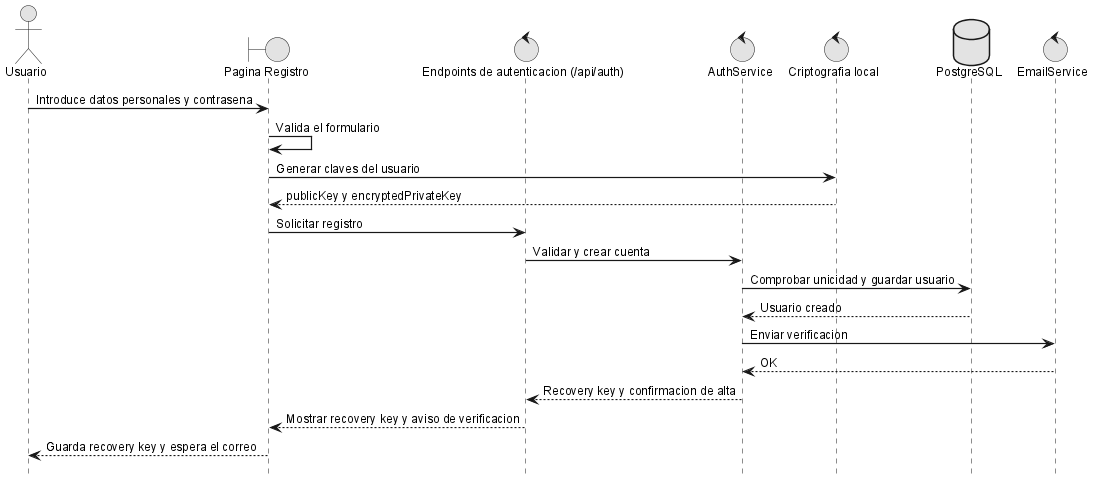
Earlier version of the PlantUML export anexos/diagramas/seq-register.png (ErDeivih/DocumentChain). Source of this version:
```plantuml
@startuml
!include _sequence-style.puml
actor Usuario as user
boundary "Pagina Registro" as ui
control "Endpoints de autenticacion (/api/auth)" as api
control "AuthService" as srv
control "Criptografia local" as crypto
database "PostgreSQL" as db
control "EmailService" as email

user -> ui: Introduce datos personales y contrasena
ui -> ui: Valida el formulario
ui -> crypto: Generar claves del usuario
crypto --> ui: publicKey y encryptedPrivateKey
ui -> api: Solicitar registro
api -> srv: Validar y crear cuenta
srv -> db: Comprobar unicidad y guardar usuario
db --> srv: Usuario creado
srv -> email: Enviar verificacion
email --> srv: OK
srv --> api: Recovery key y confirmacion de alta
api --> ui: Mostrar recovery key y aviso de verificacion
ui --> user: Guarda recovery key y espera el correo

@enduml
```
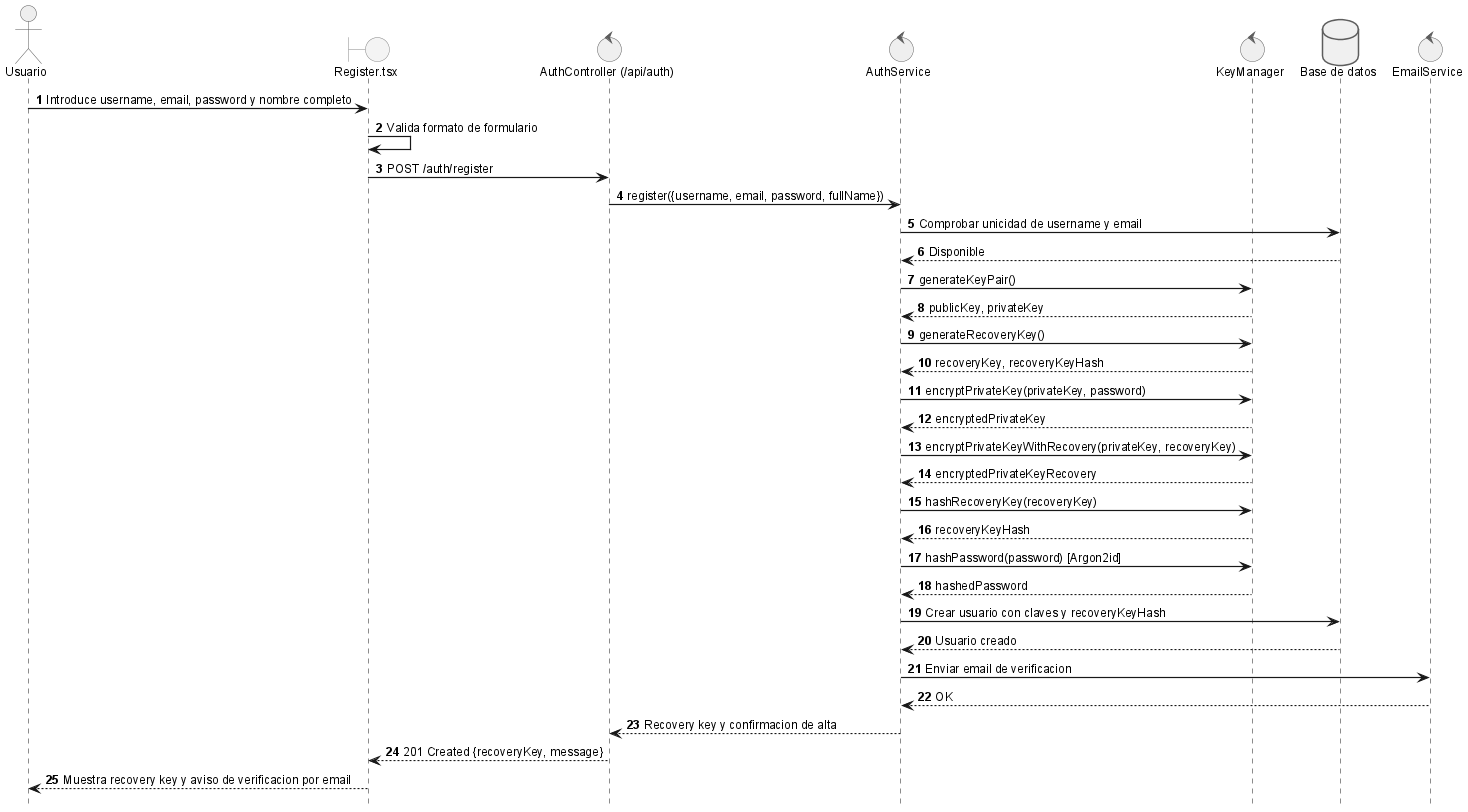
After the commit.

The edit, as a diff of the source:
```diff
@@ -1,25 +1,37 @@
 @startuml
 !include _sequence-style.puml
 actor Usuario as user
-boundary "Pagina Registro" as ui
-control "Endpoints de autenticacion (/api/auth)" as api
+boundary "Register.tsx" as ui
+control "AuthController (/api/auth)" as api
 control "AuthService" as srv
-control "Criptografia local" as crypto
-database "PostgreSQL" as db
+control "KeyManager" as crypto
+database "Base de datos" as db
 control "EmailService" as email
 
-user -> ui: Introduce datos personales y contrasena
-ui -> ui: Valida el formulario
-ui -> crypto: Generar claves del usuario
-crypto --> ui: publicKey y encryptedPrivateKey
-ui -> api: Solicitar registro
-api -> srv: Validar y crear cuenta
-srv -> db: Comprobar unicidad y guardar usuario
+user -> ui: Introduce username, email, password y nombre completo
+ui -> ui: Valida formato de formulario
+ui -> api: POST /auth/register
+api -> srv: register({username, email, password, fullName})
+srv -> db: Comprobar unicidad de username y email
+db --> srv: Disponible
+srv -> crypto: generateKeyPair()
+crypto --> srv: publicKey, privateKey
+srv -> crypto: generateRecoveryKey()
+crypto --> srv: recoveryKey, recoveryKeyHash
+srv -> crypto: encryptPrivateKey(privateKey, password)
+crypto --> srv: encryptedPrivateKey
+srv -> crypto: encryptPrivateKeyWithRecovery(privateKey, recoveryKey)
+crypto --> srv: encryptedPrivateKeyRecovery
+srv -> crypto: hashRecoveryKey(recoveryKey)
+crypto --> srv: recoveryKeyHash
+srv -> crypto: hashPassword(password) [Argon2id]
+crypto --> srv: hashedPassword
+srv -> db: Crear usuario con claves y recoveryKeyHash
 db --> srv: Usuario creado
-srv -> email: Enviar verificacion
+srv -> email: Enviar email de verificacion
 email --> srv: OK
 srv --> api: Recovery key y confirmacion de alta
-api --> ui: Mostrar recovery key y aviso de verificacion
-ui --> user: Guarda recovery key y espera el correo
+api --> ui: 201 Created {recoveryKey, message}
+ui --> user: Muestra recovery key y aviso de verificacion por email
 
 @enduml
```
